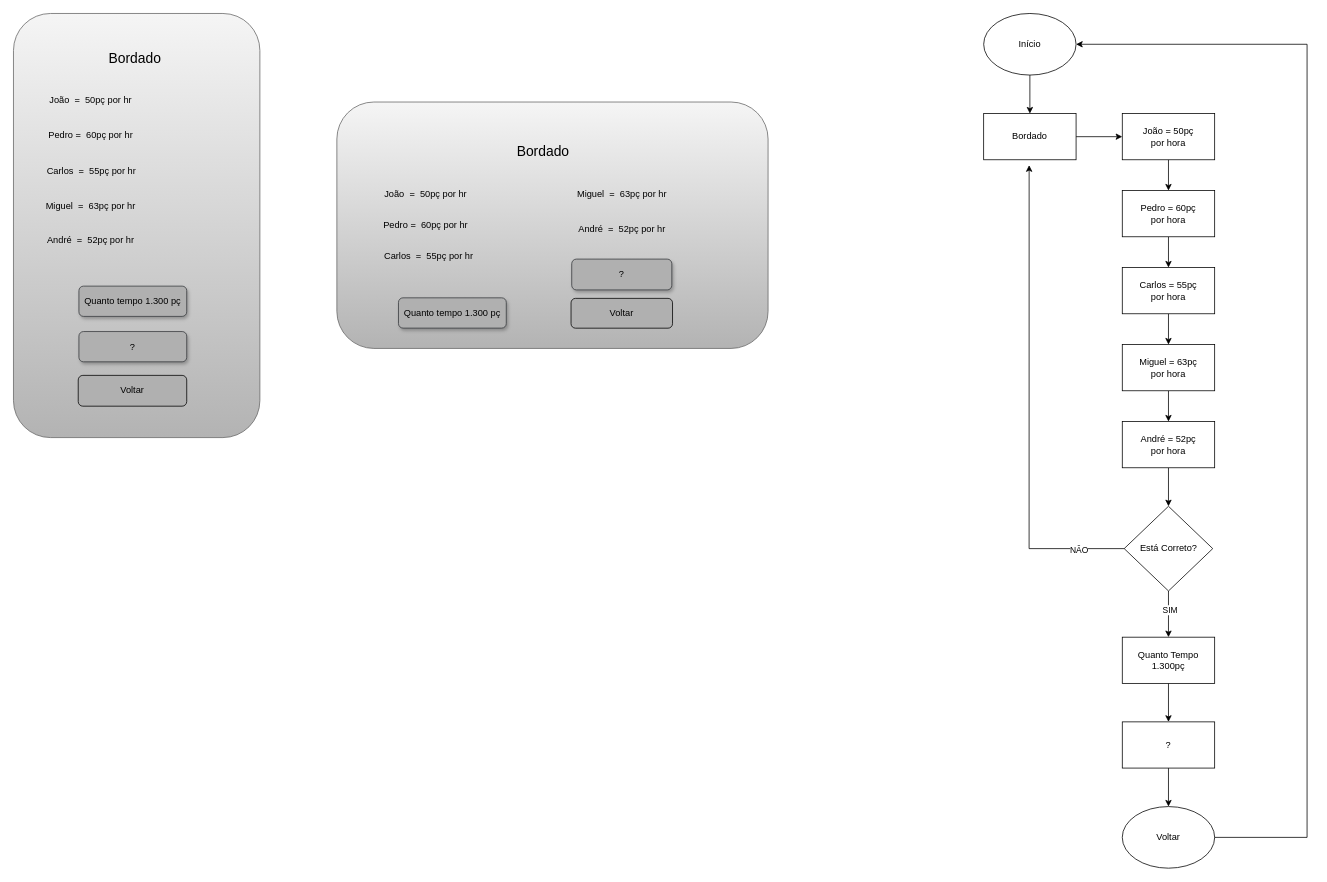
rt-xit/Novo-Projetoo keeps this draw.io diagram as DOC/Bordado Completo.drawio. Above is the earlier version. Source tidied: cells renumbered, new cells numbered last; positions are measured from the earlier drawing's top-left corner, leaving out a move shared by most shapes. Both pictures are drawn from the tidied source at 77%, with x=0, y=0 at pixel (13, 13).
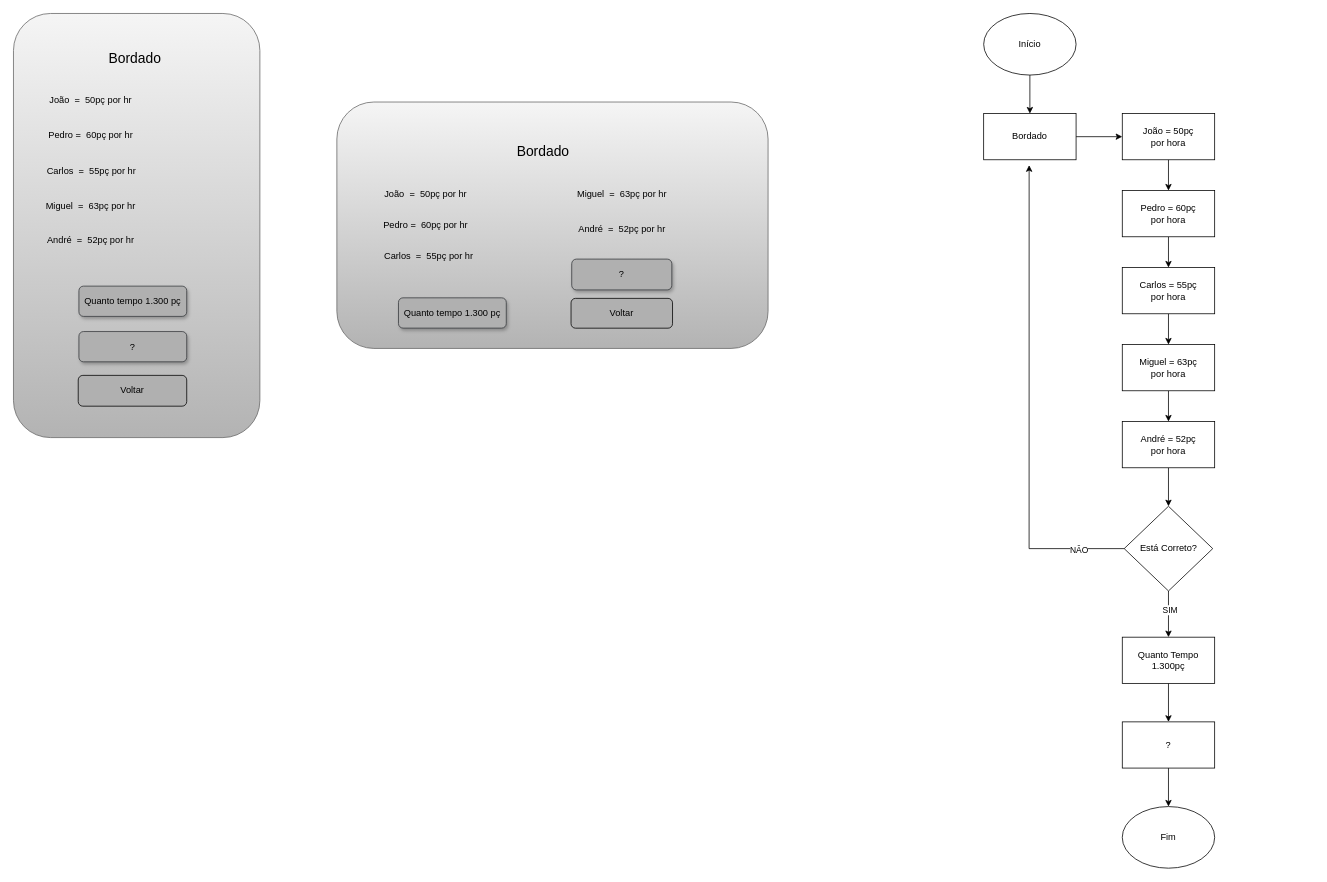
The same diagram, later.

The change refers to these unchanged cells:
```xml
<mxCell id="24" value="Início" style="ellipse;whiteSpace=wrap;html=1;" parent="1" vertex="1">
  <mxGeometry x="1260" width="120" height="80" as="geometry" />
</mxCell>
```

What changed in the source:
```diff
@@
-    <mxCell id="46" value="Voltar" style="ellipse;whiteSpace=wrap;html=1;" parent="1" vertex="1">
+    <mxCell id="46" value="Fim" style="ellipse;whiteSpace=wrap;html=1;" parent="1" vertex="1">
       <mxGeometry x="1440" y="1030" width="120" height="80" as="geometry" />
     </mxCell>
-    <mxCell id="47" style="endArrow=classic;html=1;rounded=0;exitX=1;exitY=0.5;exitDx=0;exitDy=0;entryX=1;entryY=0.5;entryDx=0;entryDy=0;" parent="1" edge="1" source="46" target="24">
-      <mxGeometry relative="1" as="geometry">
-        <Array as="points">
-          <mxPoint x="1680" y="1070" />
-          <mxPoint x="1680" y="40" />
-        </Array>
-      </mxGeometry>
-    </mxCell>
```
